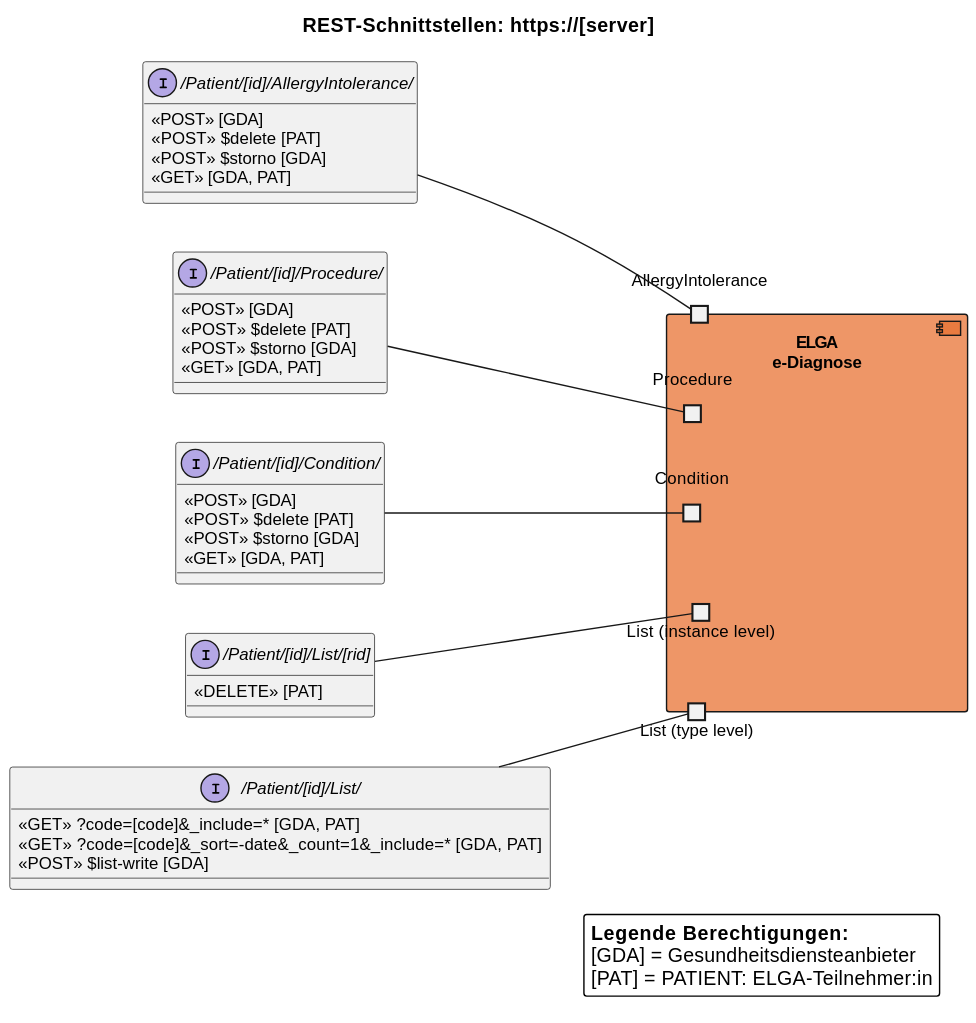
HL7Austria/hl7austria.github.io keeps this PlantUML diagram as r4-ELGA-e-Diagnose-main/plantuml/interaction_overview.svg. Above is the earlier version.
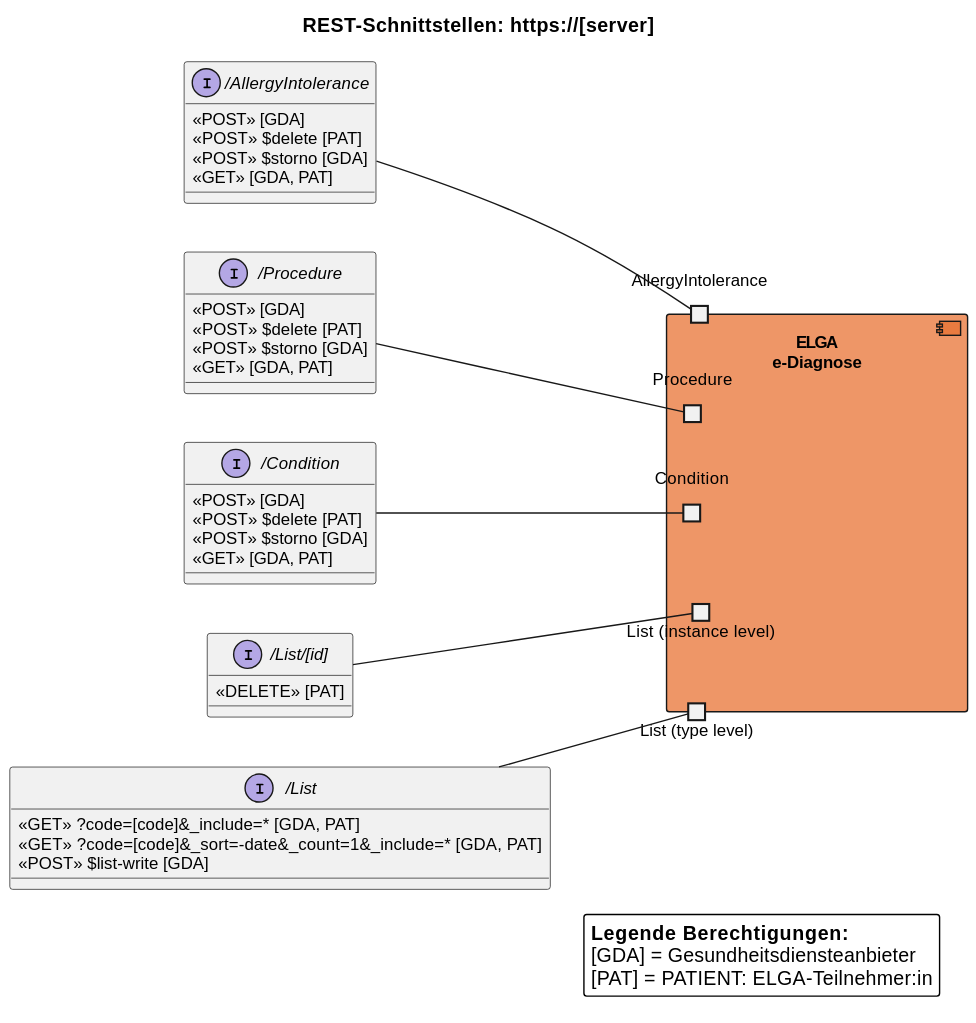
The same file after the commit.

Change to the diagram source:
```diff
@@ -29,31 +29,31 @@
 title REST-Schnittstellen: https://[server]
 
 
-interface "/Patient/[id]/List/" as List_type {
+interface "/List" as List_type {
   «GET» ?code=[code]&_include=* [GDA, PAT]
   «GET» ?code=[code]&_sort=-date&_count=1&_include=* [GDA, PAT]
   «POST» $list-write [GDA]
 }
 
-interface "/Patient/[id]/List/[rid]" as List_instance {
+interface "/List/[id]" as List_instance {
   «DELETE» [PAT]
 }
 
-interface "/Patient/[id]/Condition/" as ICondition {
+interface "/Condition" as ICondition {
   «POST» [GDA]
   «POST» $delete [PAT]
   «POST» $storno [GDA]
   «GET» [GDA, PAT]
 }
 
-interface "/Patient/[id]/Procedure/" as IProcedure {
+interface "/Procedure" as IProcedure {
   «POST» [GDA]
   «POST» $delete [PAT]
   «POST» $storno [GDA]
   «GET» [GDA, PAT]
 }
 
-interface "/Patient/[id]/AllergyIntolerance/" as IAllergyIntolerance {
+interface "/AllergyIntolerance" as IAllergyIntolerance {
   «POST» [GDA]
   «POST» $delete [PAT]
   «POST» $storno [GDA]
```
